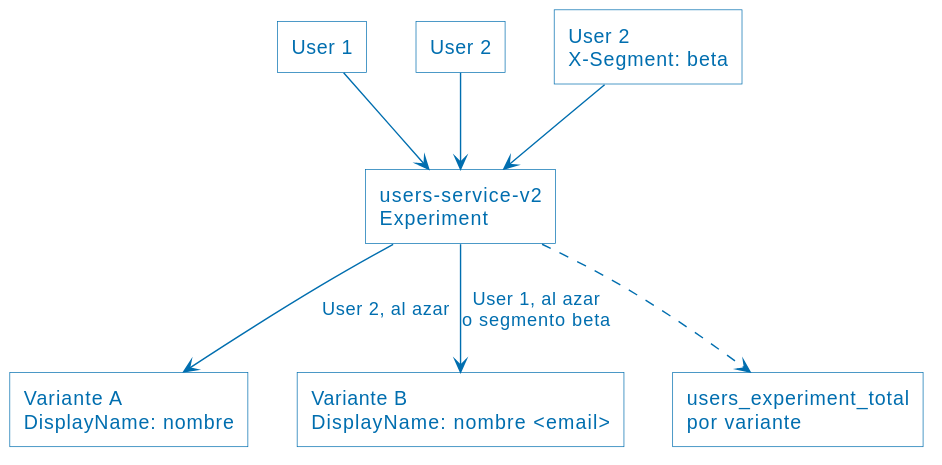
Above: assets/30-ab-testing.svg in ucudal/ANDIS2_UT4_DEMO1 (PlantUML), before the change.
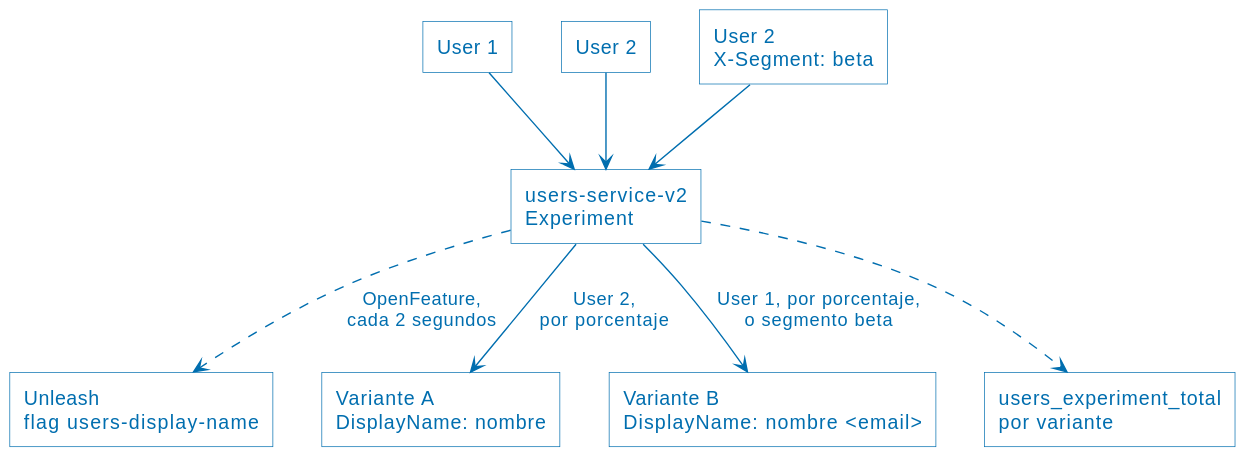
After the change.

What changed in the source:
```diff
@@ -4,13 +4,15 @@
 rectangle "User 2" as U2
 rectangle "User 2\nX-Segment: beta" as U3
 rectangle "users-service-v2\nExperiment" as V2
+rectangle "Unleash\nflag users-display-name" as UL
 rectangle "Variante A\nDisplayName: nombre" as A
 rectangle "Variante B\nDisplayName: nombre <email>" as B
 rectangle "users_experiment_total\npor variante" as M
 U1 --> V2
 U2 --> V2
 U3 --> V2
-V2 --> A : User 2, al azar
-V2 --> B : User 1, al azar\no segmento beta
+V2 ..> UL : OpenFeature,\ncada 2 segundos
+V2 --> A : User 2,\npor porcentaje
+V2 --> B : User 1, por porcentaje,\no segmento beta
 V2 ..> M
 @enduml
```
